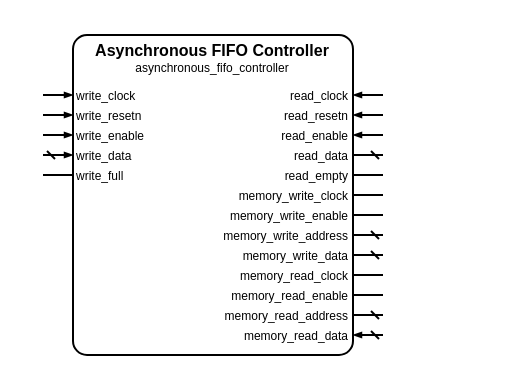
Louis-DR/OmniCores-BuildingBlocks keeps this draw.io diagram as sources/data/controllers/asynchronous_fifo/asynchronous_fifo_controller.symbol.drawio. Above is the earlier version. Source tidied: cells renumbered, new cells numbered last; positions are measured from the earlier drawing's top-left corner, leaving out a move shared by most shapes. Both pictures are drawn from the tidied source at 200%, with x=0, y=0 at pixel (42, 34).
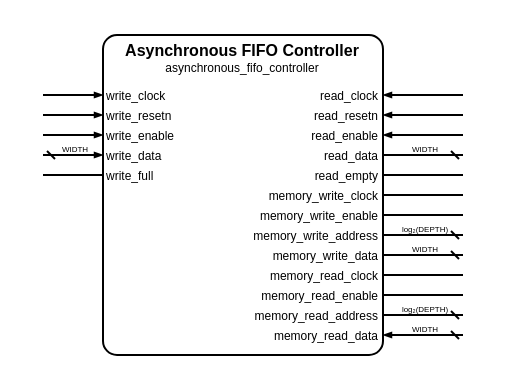
After the change.

Change to the diagram source:
```diff
@@
     <mxCell id="2" style="group;" parent="1" vertex="1">
-      <mxGeometry width="170" height="160" as="geometry" />
+      <mxGeometry width="210" height="160" as="geometry" />
     </mxCell>
     <mxCell id="3" style="rounded=1;arcSize=5;fillColor=none;strokeWidth=1;strokeColor=black;whiteSpace=wrap;html=1;" parent="2" vertex="1">
-      <mxGeometry x="15" width="140" height="160" as="geometry" />
+      <mxGeometry x="30" width="140" height="160" as="geometry" />
     </mxCell>
     <mxCell id="4" value="Asynchronous FIFO Controller" style="text;html=1;align=center;verticalAlign=middle;whiteSpace=wrap;rounded=0;fontSize=8;fontStyle=1;fontColor=black;" parent="2" vertex="1">
-      <mxGeometry x="15" y="7" width="140" as="geometry" />
+      <mxGeometry x="30" y="7" width="140" as="geometry" />
     </mxCell>
     <mxCell id="5" value="asynchronous_fifo_controller" style="text;html=1;align=center;verticalAlign=middle;whiteSpace=wrap;rounded=0;fontSize=6;fontStyle=0;fontColor=black;" parent="2" vertex="1">
-      <mxGeometry x="15" y="16" width="140" as="geometry" />
+      <mxGeometry x="30" y="16" width="140" as="geometry" />
     </mxCell>
     <mxCell id="6" value="write_clock" style="text;html=1;align=left;verticalAlign=middle;whiteSpace=wrap;rounded=0;fontSize=6;fontStyle=0;fontColor=black;" parent="2" vertex="1">
-      <mxGeometry x="15" y="30" width="140" as="geometry" />
+      <mxGeometry x="30" y="30" width="140" as="geometry" />
     </mxCell>
     <mxCell id="7" style="html=1;rounded=1;strokeWidth=1;strokeColor=black;startFill=0;startSize=2;startArrow=none;endFill=1;endSize=2;endArrow=blockThin;sourcePerimeterSpacing=0;" parent="2" edge="1">
       <mxGeometry relative="1" as="geometry">
         <mxPoint y="30" as="sourcePoint" />
-        <mxPoint x="15" y="30" as="targetPoint" />
+        <mxPoint x="30" y="30" as="targetPoint" />
       </mxGeometry>
     </mxCell>
     <mxCell id="8" value="read_clock" style="text;html=1;align=right;verticalAlign=middle;whiteSpace=wrap;rounded=0;fontSize=6;fontStyle=0;fontColor=black;" parent="2" vertex="1">
-      <mxGeometry x="15" y="30" width="140" as="geometry" />
+      <mxGeometry x="30" y="30" width="140" as="geometry" />
     </mxCell>
     <mxCell id="9" style="html=1;rounded=1;strokeWidth=1;strokeColor=black;startFill=0;startSize=2;startArrow=none;endFill=1;endSize=2;endArrow=blockThin;sourcePerimeterSpacing=0;" parent="2" edge="1">
       <mxGeometry relative="1" as="geometry">
-        <mxPoint x="170" y="30" as="sourcePoint" />
-        <mxPoint x="155" y="30" as="targetPoint" />
+        <mxPoint x="210" y="30" as="sourcePoint" />
+        <mxPoint x="170" y="30" as="targetPoint" />
       </mxGeometry>
     </mxCell>
     <mxCell id="10" value="write_resetn" style="text;html=1;align=left;verticalAlign=middle;whiteSpace=wrap;rounded=0;fontSize=6;fontStyle=0;fontColor=black;" parent="2" vertex="1">
-      <mxGeometry x="15" y="40" width="140" as="geometry" />
+      <mxGeometry x="30" y="40" width="140" as="geometry" />
     </mxCell>
     <mxCell id="11" style="html=1;rounded=1;strokeWidth=1;strokeColor=black;startFill=0;startSize=2;startArrow=none;endFill=1;endSize=2;endArrow=blockThin;sourcePerimeterSpacing=0;" parent="2" edge="1">
       <mxGeometry relative="1" as="geometry">
         <mxPoint y="40" as="sourcePoint" />
-        <mxPoint x="15" y="40" as="targetPoint" />
+        <mxPoint x="30" y="40" as="targetPoint" />
       </mxGeometry>
     </mxCell>
     <mxCell id="12" value="read_resetn" style="text;html=1;align=right;verticalAlign=middle;whiteSpace=wrap;rounded=0;fontSize=6;fontStyle=0;fontColor=black;" parent="2" vertex="1">
-      <mxGeometry x="15" y="40" width="140" as="geometry" />
+      <mxGeometry x="30" y="40" width="140" as="geometry" />
     </mxCell>
     <mxCell id="13" style="html=1;rounded=1;strokeWidth=1;strokeColor=black;startFill=0;startSize=2;startArrow=none;endFill=1;endSize=2;endArrow=blockThin;sourcePerimeterSpacing=0;" parent="2" edge="1">
       <mxGeometry relative="1" as="geometry">
-        <mxPoint x="170" y="40" as="sourcePoint" />
-        <mxPoint x="155" y="40" as="targetPoint" />
+        <mxPoint x="210" y="40" as="sourcePoint" />
+        <mxPoint x="170" y="40" as="targetPoint" />
       </mxGeometry>
     </mxCell>
     <mxCell id="14" value="write_enable" style="text;html=1;align=left;verticalAlign=middle;whiteSpace=wrap;rounded=0;fontSize=6;fontStyle=0;fontColor=black;" parent="2" vertex="1">
-      <mxGeometry x="15" y="50" width="140" as="geometry" />
+      <mxGeometry x="30" y="50" width="140" as="geometry" />
     </mxCell>
     <mxCell id="15" style="html=1;rounded=1;strokeWidth=1;strokeColor=black;startFill=0;startSize=2;startArrow=none;endFill=1;endSize=2;endArrow=blockThin;sourcePerimeterSpacing=0;" parent="2" edge="1">
       <mxGeometry relative="1" as="geometry">
         <mxPoint y="50" as="sourcePoint" />
-        <mxPoint x="15" y="50" as="targetPoint" />
+        <mxPoint x="30" y="50" as="targetPoint" />
       </mxGeometry>
     </mxCell>
     <mxCell id="16" value="read_enable" style="text;html=1;align=right;verticalAlign=middle;whiteSpace=wrap;rounded=0;fontSize=6;fontStyle=0;fontColor=black;" parent="2" vertex="1">
-      <mxGeometry x="15" y="50" width="140" as="geometry" />
+      <mxGeometry x="30" y="50" width="140" as="geometry" />
     </mxCell>
     <mxCell id="17" style="html=1;rounded=1;strokeWidth=1;strokeColor=black;startFill=0;startSize=2;startArrow=none;endFill=1;endSize=2;endArrow=blockThin;sourcePerimeterSpacing=0;" parent="2" edge="1">
       <mxGeometry relative="1" as="geometry">
-        <mxPoint x="170" y="50" as="sourcePoint" />
-        <mxPoint x="155" y="50" as="targetPoint" />
+        <mxPoint x="210" y="50" as="sourcePoint" />
+        <mxPoint x="170" y="50" as="targetPoint" />
       </mxGeometry>
     </mxCell>
     <mxCell id="18" value="write_data" style="text;html=1;align=left;verticalAlign=middle;whiteSpace=wrap;rounded=0;fontSize=6;fontStyle=0;fontColor=black;" parent="2" vertex="1">
-      <mxGeometry x="15" y="60" width="140" as="geometry" />
+      <mxGeometry x="30" y="60" width="140" as="geometry" />
     </mxCell>
     <mxCell id="19" style="html=1;rounded=1;strokeWidth=1;strokeColor=black;startFill=0;startSize=2;startArrow=dash;endFill=1;endSize=2;endArrow=blockThin;sourcePerimeterSpacing=0;" parent="2" edge="1">
       <mxGeometry relative="1" as="geometry">
         <mxPoint y="60" as="sourcePoint" />
-        <mxPoint x="15" y="60" as="targetPoint" />
+        <mxPoint x="30" y="60" as="targetPoint" />
       </mxGeometry>
     </mxCell>
+    <mxCell id="42" value="WIDTH" style="text;html=1;align=center;verticalAlign=middle;whiteSpace=nowrap;rounded=0;fontSize=4;fontStyle=0;fontColor=black;" parent="2" vertex="1">
+      <mxGeometry x="15" y="57" as="geometry" />
+    </mxCell>
     <mxCell id="20" value="read_data" style="text;html=1;align=right;verticalAlign=middle;whiteSpace=wrap;rounded=0;fontSize=6;fontStyle=0;fontColor=black;" parent="2" vertex="1">
-      <mxGeometry x="15" y="60" width="140" as="geometry" />
+      <mxGeometry x="30" y="60" width="140" as="geometry" />
     </mxCell>
     <mxCell id="21" style="html=1;rounded=1;strokeWidth=1;strokeColor=black;startFill=0;startSize=2;startArrow=dash;endFill=1;endSize=2;endArrow=none;sourcePerimeterSpacing=0;" parent="2" edge="1">
       <mxGeometry relative="1" as="geometry">
-        <mxPoint x="170" y="60" as="sourcePoint" />
-        <mxPoint x="155" y="60" as="targetPoint" />
+        <mxPoint x="210" y="60" as="sourcePoint" />
+        <mxPoint x="170" y="60" as="targetPoint" />
       </mxGeometry>
     </mxCell>
+    <mxCell id="43" value="WIDTH" style="text;html=1;align=center;verticalAlign=middle;whiteSpace=nowrap;rounded=0;fontSize=4;fontStyle=0;fontColor=black;" parent="2" vertex="1">
+      <mxGeometry x="190" y="57" as="geometry" />
+    </mxCell>
     <mxCell id="22" value="write_full" style="text;html=1;align=left;verticalAlign=middle;whiteSpace=wrap;rounded=0;fontSize=6;fontStyle=0;fontColor=black;" parent="2" vertex="1">
-      <mxGeometry x="15" y="70" width="140" as="geometry" />
+      <mxGeometry x="30" y="70" width="140" as="geometry" />
     </mxCell>
     <mxCell id="23" style="html=1;rounded=1;strokeWidth=1;strokeColor=black;startFill=0;startSize=2;startArrow=none;endFill=1;endSize=2;endArrow=none;sourcePerimeterSpacing=0;" parent="2" edge="1">
       <mxGeometry relative="1" as="geometry">
         <mxPoint y="70" as="sourcePoint" />
-        <mxPoint x="15" y="70" as="targetPoint" />
+        <mxPoint x="30" y="70" as="targetPoint" />
       </mxGeometry>
     </mxCell>
     <mxCell id="24" value="read_empty" style="text;html=1;align=right;verticalAlign=middle;whiteSpace=wrap;rounded=0;fontSize=6;fontStyle=0;fontColor=black;" parent="2" vertex="1">
-      <mxGeometry x="15" y="70" width="140" as="geometry" />
+      <mxGeometry x="30" y="70" width="140" as="geometry" />
     </mxCell>
     <mxCell id="25" style="html=1;rounded=1;strokeWidth=1;strokeColor=black;startFill=0;startSize=2;startArrow=none;endFill=1;endSize=2;endArrow=none;sourcePerimeterSpacing=0;" parent="2" edge="1">
       <mxGeometry relative="1" as="geometry">
-        <mxPoint x="170" y="70" as="sourcePoint" />
-        <mxPoint x="155" y="70" as="targetPoint" />
+        <mxPoint x="210" y="70" as="sourcePoint" />
+        <mxPoint x="170" y="70" as="targetPoint" />
       </mxGeometry>
     </mxCell>
     <mxCell id="26" value="memory_write_clock" style="text;html=1;align=right;verticalAlign=middle;whiteSpace=wrap;rounded=0;fontSize=6;fontStyle=0;fontColor=black;" parent="2" vertex="1">
-      <mxGeometry x="15" y="80" width="140" as="geometry" />
+      <mxGeometry x="30" y="80" width="140" as="geometry" />
     </mxCell>
     <mxCell id="27" style="html=1;rounded=1;strokeWidth=1;strokeColor=black;startFill=0;startSize=2;startArrow=none;endFill=1;endSize=2;endArrow=none;sourcePerimeterSpacing=0;" parent="2" edge="1">
       <mxGeometry relative="1" as="geometry">
-        <mxPoint x="170" y="80" as="sourcePoint" />
-        <mxPoint x="155" y="80" as="targetPoint" />
+        <mxPoint x="210" y="80" as="sourcePoint" />
+        <mxPoint x="170" y="80" as="targetPoint" />
       </mxGeometry>
     </mxCell>
     <mxCell id="28" value="memory_write_enable" style="text;html=1;align=right;verticalAlign=middle;whiteSpace=wrap;rounded=0;fontSize=6;fontStyle=0;fontColor=black;" parent="2" vertex="1">
-      <mxGeometry x="15" y="90" width="140" as="geometry" />
+      <mxGeometry x="30" y="90" width="140" as="geometry" />
     </mxCell>
     <mxCell id="29" style="html=1;rounded=1;strokeWidth=1;strokeColor=black;startFill=0;startSize=2;startArrow=none;endFill=1;endSize=2;endArrow=none;sourcePerimeterSpacing=0;" parent="2" edge="1">
       <mxGeometry relative="1" as="geometry">
-        <mxPoint x="170" y="90" as="sourcePoint" />
-        <mxPoint x="155" y="90" as="targetPoint" />
+        <mxPoint x="210" y="90" as="sourcePoint" />
+        <mxPoint x="170" y="90" as="targetPoint" />
       </mxGeometry>
     </mxCell>
     <mxCell id="30" value="memory_write_address" style="text;html=1;align=right;verticalAlign=middle;whiteSpace=wrap;rounded=0;fontSize=6;fontStyle=0;fontColor=black;" parent="2" vertex="1">
-      <mxGeometry x="15" y="100" width="140" as="geometry" />
+      <mxGeometry x="30" y="100" width="140" as="geometry" />
     </mxCell>
     <mxCell id="31" style="html=1;rounded=1;strokeWidth=1;strokeColor=black;startFill=0;startSize=2;startArrow=dash;endFill=1;endSize=2;endArrow=none;sourcePerimeterSpacing=0;" parent="2" edge="1">
       <mxGeometry relative="1" as="geometry">
-        <mxPoint x="170" y="100" as="sourcePoint" />
-        <mxPoint x="155" y="100" as="targetPoint" />
+        <mxPoint x="210" y="100" as="sourcePoint" />
+        <mxPoint x="170" y="100" as="targetPoint" />
       </mxGeometry>
     </mxCell>
+    <mxCell id="44" value="log₂(DEPTH)" style="text;html=1;align=center;verticalAlign=middle;whiteSpace=nowrap;rounded=0;fontSize=4;fontStyle=0;fontColor=black;" parent="2" vertex="1">
+      <mxGeometry x="190" y="97" as="geometry" />
+    </mxCell>
     <mxCell id="32" value="memory_write_data" style="text;html=1;align=right;verticalAlign=middle;whiteSpace=wrap;rounded=0;fontSize=6;fontStyle=0;fontColor=black;" parent="2" vertex="1">
-      <mxGeometry x="15" y="110" width="140" as="geometry" />
+      <mxGeometry x="30" y="110" width="140" as="geometry" />
     </mxCell>
     <mxCell id="33" style="html=1;rounded=1;strokeWidth=1;strokeColor=black;startFill=0;startSize=2;startArrow=dash;endFill=1;endSize=2;endArrow=none;sourcePerimeterSpacing=0;" parent="2" edge="1">
       <mxGeometry relative="1" as="geometry">
-        <mxPoint x="170" y="110" as="sourcePoint" />
-        <mxPoint x="155" y="110" as="targetPoint" />
+        <mxPoint x="210" y="110" as="sourcePoint" />
+        <mxPoint x="170" y="110" as="targetPoint" />
       </mxGeometry>
     </mxCell>
+    <mxCell id="45" value="WIDTH" style="text;html=1;align=center;verticalAlign=middle;whiteSpace=nowrap;rounded=0;fontSize=4;fontStyle=0;fontColor=black;" parent="2" vertex="1">
+      <mxGeometry x="190" y="107" as="geometry" />
+    </mxCell>
     <mxCell id="34" value="memory_read_clock" style="text;html=1;align=right;verticalAlign=middle;whiteSpace=wrap;rounded=0;fontSize=6;fontStyle=0;fontColor=black;" parent="2" vertex="1">
-      <mxGeometry x="15" y="120" width="140" as="geometry" />
+      <mxGeometry x="30" y="120" width="140" as="geometry" />
     </mxCell>
     <mxCell id="35" style="html=1;rounded=1;strokeWidth=1;strokeColor=black;startFill=0;startSize=2;startArrow=none;endFill=1;endSize=2;endArrow=none;sourcePerimeterSpacing=0;" parent="2" edge="1">
       <mxGeometry relative="1" as="geometry">
-        <mxPoint x="170" y="120" as="sourcePoint" />
-        <mxPoint x="155" y="120" as="targetPoint" />
+        <mxPoint x="210" y="120" as="sourcePoint" />
+        <mxPoint x="170" y="120" as="targetPoint" />
       </mxGeometry>
     </mxCell>
     <mxCell id="36" value="memory_read_enable" style="text;html=1;align=right;verticalAlign=middle;whiteSpace=wrap;rounded=0;fontSize=6;fontStyle=0;fontColor=black;" parent="2" vertex="1">
-      <mxGeometry x="15" y="130" width="140" as="geometry" />
+      <mxGeometry x="30" y="130" width="140" as="geometry" />
     </mxCell>
     <mxCell id="37" style="html=1;rounded=1;strokeWidth=1;strokeColor=black;startFill=0;startSize=2;startArrow=none;endFill=1;endSize=2;endArrow=none;sourcePerimeterSpacing=0;" parent="2" edge="1">
       <mxGeometry relative="1" as="geometry">
-        <mxPoint x="170" y="130" as="sourcePoint" />
-        <mxPoint x="155" y="130" as="targetPoint" />
+        <mxPoint x="210" y="130" as="sourcePoint" />
+        <mxPoint x="170" y="130" as="targetPoint" />
       </mxGeometry>
     </mxCell>
     <mxCell id="38" value="memory_read_address" style="text;html=1;align=right;verticalAlign=middle;whiteSpace=wrap;rounded=0;fontSize=6;fontStyle=0;fontColor=black;" parent="2" vertex="1">
-      <mxGeometry x="15" y="140" width="140" as="geometry" />
+      <mxGeometry x="30" y="140" width="140" as="geometry" />
     </mxCell>
     <mxCell id="39" style="html=1;rounded=1;strokeWidth=1;strokeColor=black;startFill=0;startSize=2;startArrow=dash;endFill=1;endSize=2;endArrow=none;sourcePerimeterSpacing=0;" parent="2" edge="1">
       <mxGeometry relative="1" as="geometry">
-        <mxPoint x="170" y="140" as="sourcePoint" />
-        <mxPoint x="155" y="140" as="targetPoint" />
+        <mxPoint x="210" y="140" as="sourcePoint" />
+        <mxPoint x="170" y="140" as="targetPoint" />
       </mxGeometry>
     </mxCell>
+    <mxCell id="46" value="log₂(DEPTH)" style="text;html=1;align=center;verticalAlign=middle;whiteSpace=nowrap;rounded=0;fontSize=4;fontStyle=0;fontColor=black;" parent="2" vertex="1">
+      <mxGeometry x="190" y="137" as="geometry" />
+    </mxCell>
     <mxCell id="40" value="memory_read_data" style="text;html=1;align=right;verticalAlign=middle;whiteSpace=wrap;rounded=0;fontSize=6;fontStyle=0;fontColor=black;" parent="2" vertex="1">
-      <mxGeometry x="15" y="150" width="140" as="geometry" />
+      <mxGeometry x="30" y="150" width="140" as="geometry" />
     </mxCell>
     <mxCell id="41" style="html=1;rounded=1;strokeWidth=1;strokeColor=black;startFill=0;startSize=2;startArrow=dash;endFill=1;endSize=2;endArrow=blockThin;sourcePerimeterSpacing=0;" parent="2" edge="1">
       <mxGeometry relative="1" as="geometry">
-        <mxPoint x="170" y="150" as="sourcePoint" />
-        <mxPoint x="155" y="150" as="targetPoint" />
+        <mxPoint x="210" y="150" as="sourcePoint" />
+        <mxPoint x="170" y="150" as="targetPoint" />
       </mxGeometry>
     </mxCell>
+    <mxCell id="47" value="WIDTH" style="text;html=1;align=center;verticalAlign=middle;whiteSpace=nowrap;rounded=0;fontSize=4;fontStyle=0;fontColor=black;" parent="2" vertex="1">
+      <mxGeometry x="190" y="147" as="geometry" />
+    </mxCell>
```
